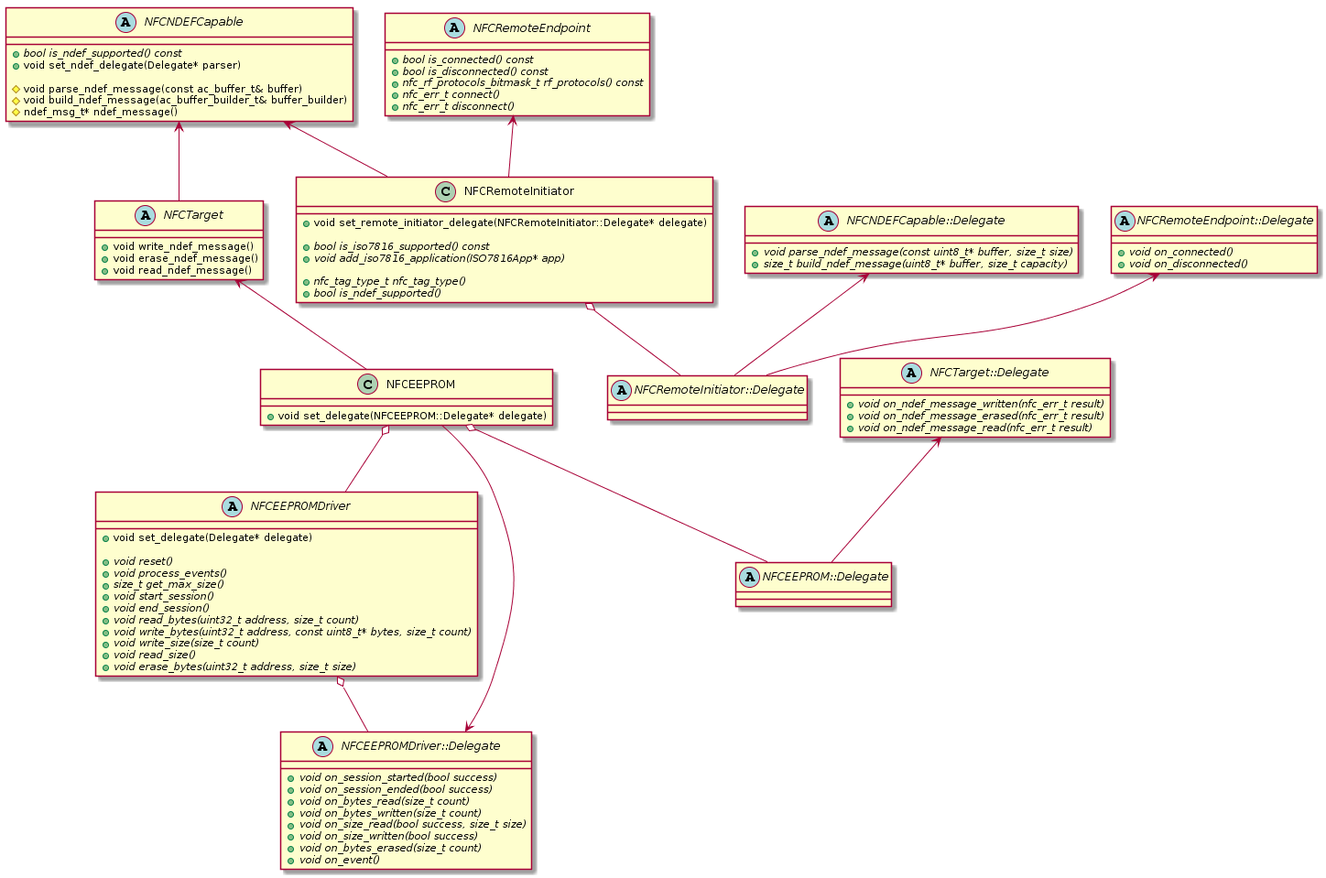
This is docs/design-documents/nfc/uml_diagram_endpoints.png from ARMmbed/mbed-os, a PlantUML export, as it was before one commit. The source it was exported from:
```plantuml
@startuml
abstract class NFCNDEFCapable {
  +{abstract} bool is_ndef_supported() const
  +void set_ndef_delegate(Delegate* parser)

  #void parse_ndef_message(const ac_buffer_t& buffer)
  #void build_ndef_message(ac_buffer_builder_t& buffer_builder)
  #ndef_msg_t* ndef_message()
}

abstract class NFCNDEFCapable::Delegate {
  +{abstract} void parse_ndef_message(const uint8_t* buffer, size_t size)
  +{abstract} size_t build_ndef_message(uint8_t* buffer, size_t capacity)
}

abstract class NFCRemoteEndpoint {
  +{abstract} bool is_connected() const
  +{abstract} bool is_disconnected() const
  +{abstract} nfc_rf_protocols_bitmask_t rf_protocols() const
  +{abstract} nfc_err_t connect()
  +{abstract} nfc_err_t disconnect()
}

abstract class NFCRemoteEndpoint::Delegate {
  +{abstract} void on_connected()
  +{abstract} void on_disconnected()
}

abstract class NFCTarget {
  +void write_ndef_message()
  +void erase_ndef_message()
  +void read_ndef_message()
}

abstract class NFCTarget::Delegate {
  +{abstract} void on_ndef_message_written(nfc_err_t result)
  +{abstract} void on_ndef_message_erased(nfc_err_t result)
  +{abstract} void on_ndef_message_read(nfc_err_t result)
}

class NFCEEPROM {
  +void set_delegate(NFCEEPROM::Delegate* delegate)
}

abstract class NFCEEPROM::Delegate {

}

abstract class NFCEEPROMDriver {
  +void set_delegate(Delegate* delegate)

  +{abstract} void reset()
  +{abstract} void process_events()
  +{abstract} size_t get_max_size()
  +{abstract} void start_session()
  +{abstract} void end_session()
  +{abstract} void read_bytes(uint32_t address, size_t count)
  +{abstract} void write_bytes(uint32_t address, const uint8_t* bytes, size_t count)
  +{abstract} void write_size(size_t count)
  +{abstract} void read_size()
  +{abstract} void erase_bytes(uint32_t address, size_t size)
}

abstract class NFCEEPROMDriver::Delegate {
  +{abstract} void on_session_started(bool success)
  +{abstract} void on_session_ended(bool success)
  +{abstract} void on_bytes_read(size_t count)
  +{abstract} void on_bytes_written(size_t count)
  +{abstract} void on_size_read(bool success, size_t size)
  +{abstract} void on_size_written(bool success)
  +{abstract} void on_bytes_erased(size_t count)
  +{abstract} void on_event()
}

NFCNDEFCapable <-- NFCTarget
NFCTarget <-- NFCEEPROM
NFCTarget::Delegate <-- NFCEEPROM::Delegate
NFCEEPROM o-- NFCEEPROM::Delegate
NFCEEPROM o-- NFCEEPROMDriver
NFCEEPROMDriver o-- NFCEEPROMDriver::Delegate
NFCEEPROMDriver::Delegate <-- NFCEEPROM

class NFCRemoteInitiator {
  +void set_remote_initiator_delegate(NFCRemoteInitiator::Delegate* delegate)

  +{abstract}bool is_iso7816_supported() const
  +{abstract}void add_iso7816_application(ISO7816App* app)

  +{abstract} nfc_tag_type_t nfc_tag_type()
  +{abstract} bool is_ndef_supported()
}

abstract class NFCRemoteInitiator::Delegate {

}

NFCNDEFCapable <-- NFCRemoteInitiator
NFCRemoteEndpoint <-- NFCRemoteInitiator
NFCRemoteEndpoint::Delegate <-- NFCRemoteInitiator::Delegate
NFCNDEFCapable::Delegate <-- NFCRemoteInitiator::Delegate
NFCRemoteInitiator o-- NFCRemoteInitiator::Delegate
@enduml
```
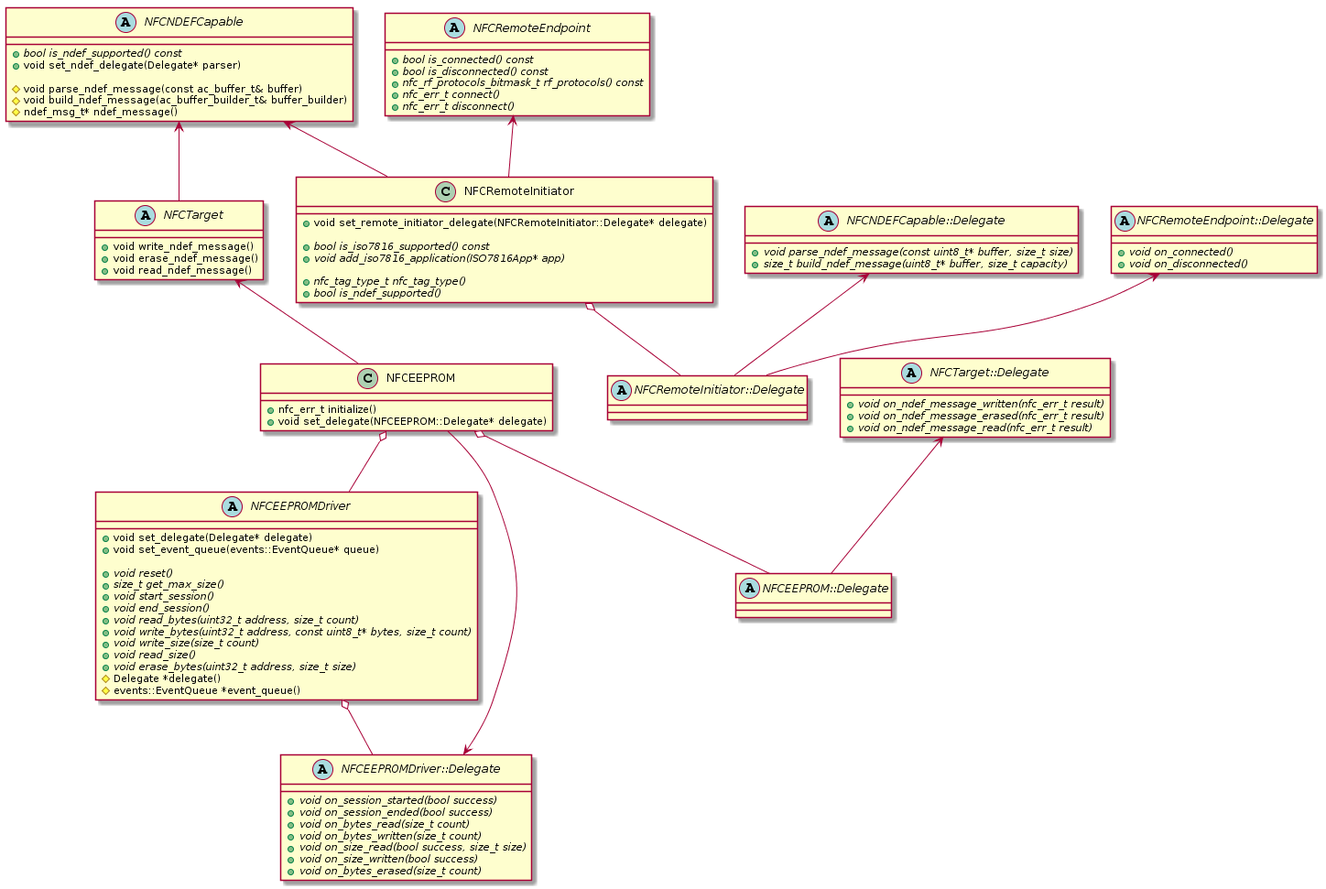
Later version of the same file.

Commit message:
Updtate event handling model in NFCEEPROM

What changed in the source:
```diff
@@ -39,6 +39,7 @@
 }
 
 class NFCEEPROM {
+  +nfc_err_t initialize()
   +void set_delegate(NFCEEPROM::Delegate* delegate)
 }
 
@@ -48,9 +49,9 @@
 
 abstract class NFCEEPROMDriver {
   +void set_delegate(Delegate* delegate)
+  +void set_event_queue(events::EventQueue* queue)
 
   +{abstract} void reset()
-  +{abstract} void process_events()
   +{abstract} size_t get_max_size()
   +{abstract} void start_session()
   +{abstract} void end_session()
@@ -59,6 +60,8 @@
   +{abstract} void write_size(size_t count)
   +{abstract} void read_size()
   +{abstract} void erase_bytes(uint32_t address, size_t size)
+  #Delegate *delegate()
+  #events::EventQueue *event_queue()
 }
 
 abstract class NFCEEPROMDriver::Delegate {
@@ -69,7 +72,6 @@
   +{abstract} void on_size_read(bool success, size_t size)
   +{abstract} void on_size_written(bool success)
   +{abstract} void on_bytes_erased(size_t count)
-  +{abstract} void on_event()
 }
 
 NFCNDEFCapable <-- NFCTarget
```
